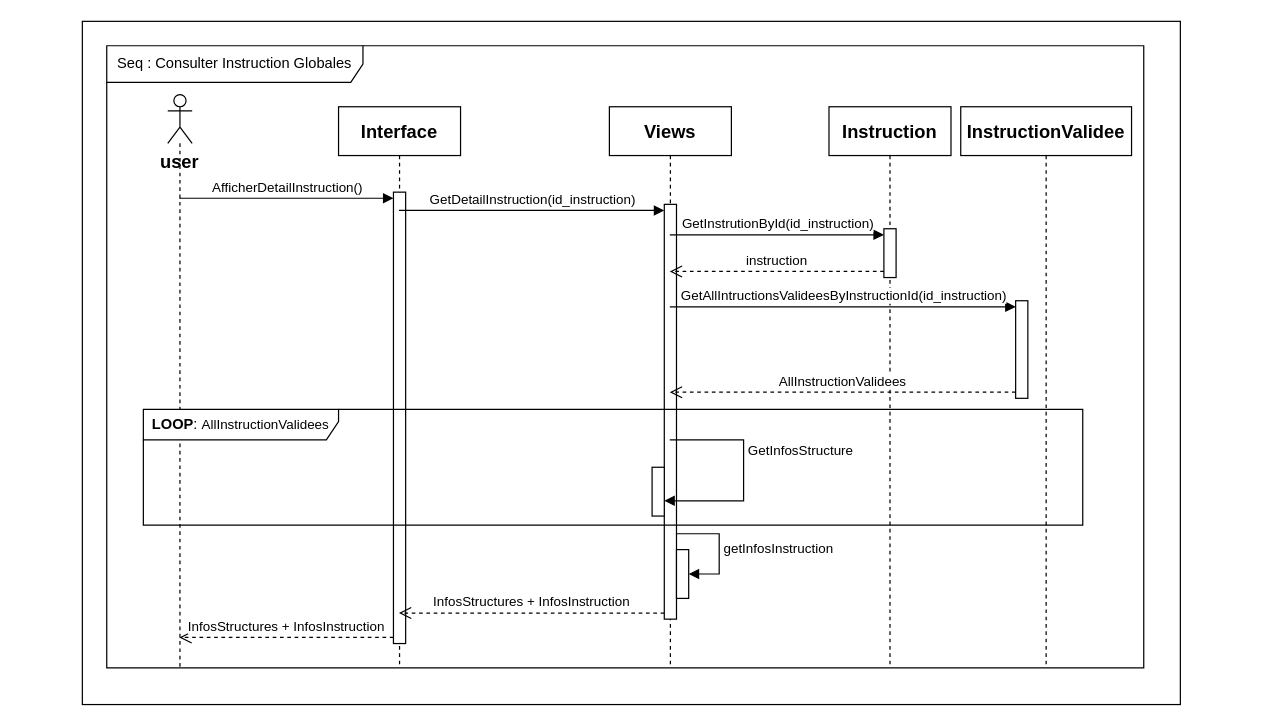
The draw.io diagram seq_consulter_iglob.drawio in CabrelFeukeng/pp, before the edit. Source tidied: cells renumbered, new cells numbered last; positions are measured from the earlier drawing's top-left corner, leaving out a move shared by most shapes. Both pictures are drawn from the tidied source at 122%, with x=0, y=0 at pixel (82, 21).
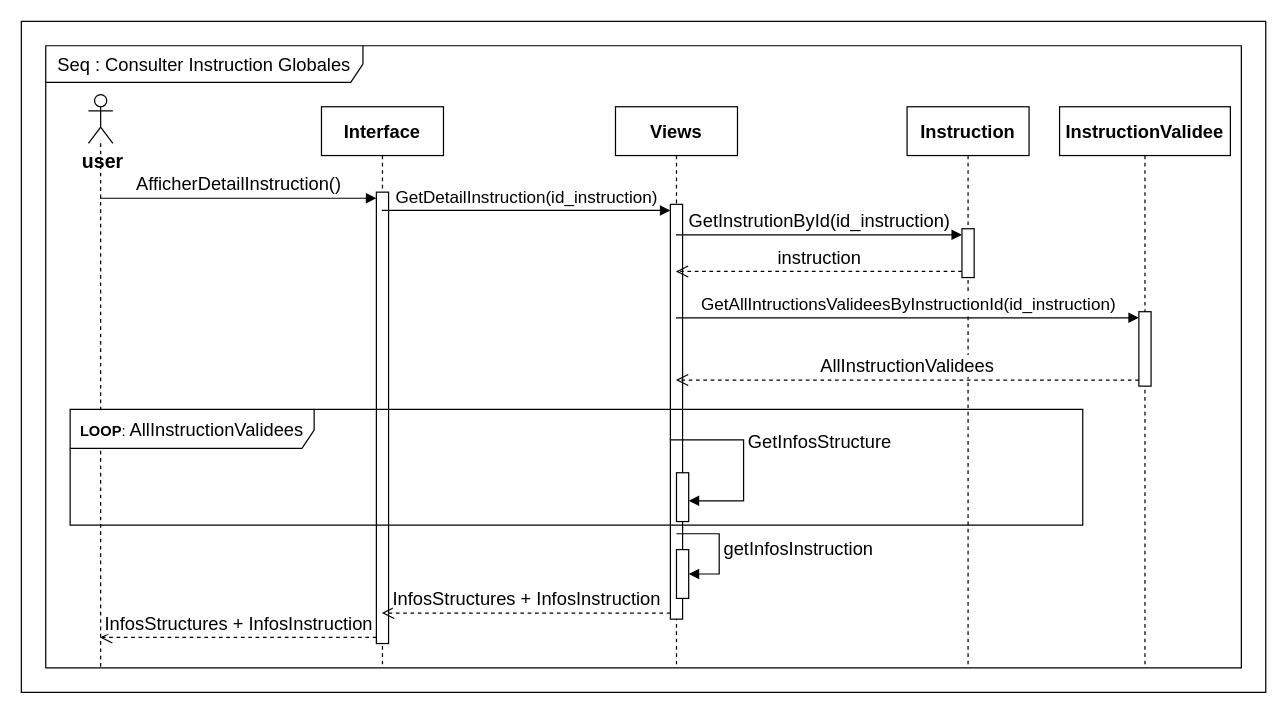
The same page after the edit.

Commit message:
Mettre à jour seq_consulter_iglob.drawio

Unchanged cells that the change refers to:
```xml
<mxCell id="5" style="html=1;points=[[0,0,0,0,5],[0,1,0,0,-5],[1,0,0,0,5],[1,1,0,0,-5]];perimeter=orthogonalPerimeter;outlineConnect=0;targetShapes=umlLifeline;portConstraint=eastwest;newEdgeStyle={&quot;curved&quot;:0,&quot;rounded&quot;:0};" parent="4" vertex="1">
  <mxGeometry x="45" y="70" width="10" height="370" as="geometry" />
</mxCell>
<mxCell id="7" style="html=1;points=[[0,0,0,0,5],[0,1,0,0,-5],[1,0,0,0,5],[1,1,0,0,-5]];perimeter=orthogonalPerimeter;outlineConnect=0;targetShapes=umlLifeline;portConstraint=eastwest;newEdgeStyle={&quot;curved&quot;:0,&quot;rounded&quot;:0};" parent="6" vertex="1">
  <mxGeometry x="45" y="80" width="10" height="340" as="geometry" />
</mxCell>
<mxCell id="9" style="html=1;points=[[0,0,0,0,5],[0,1,0,0,-5],[1,0,0,0,5],[1,1,0,0,-5]];perimeter=orthogonalPerimeter;outlineConnect=0;targetShapes=umlLifeline;portConstraint=eastwest;newEdgeStyle={&quot;curved&quot;:0,&quot;rounded&quot;:0};" parent="8" vertex="1">
  <mxGeometry x="45" y="100" width="10" height="40" as="geometry" />
</mxCell>
```

What changed in the source:
```diff
@@
     <mxCell id="2" style="rounded=0;whiteSpace=wrap;html=1;" parent="1" vertex="1">
-      <mxGeometry width="900" height="560" as="geometry" />
+      <mxGeometry x="-50" width="1020" height="550" as="geometry" />
     </mxCell>
     <mxCell id="3" style="shape=umlLifeline;perimeter=lifelinePerimeter;whiteSpace=wrap;html=1;outlineConnect=0;portConstraint=eastwest;newEdgeStyle={&quot;curved&quot;:0,&quot;rounded&quot;:0};participant=umlActor;" parent="1" vertex="1">
-      <mxGeometry x="70" y="60" width="20" height="470" as="geometry" />
+      <mxGeometry x="5" y="60" width="20" height="470" as="geometry" />
     </mxCell>
     <mxCell id="4" value="&lt;b&gt;&lt;font style=&quot;font-size: 15px;&quot;&gt;Interface&lt;/font&gt;&lt;/b&gt;" style="shape=umlLifeline;perimeter=lifelinePerimeter;whiteSpace=wrap;html=1;outlineConnect=0;portConstraint=eastwest;newEdgeStyle={&quot;curved&quot;:0,&quot;rounded&quot;:0};" parent="1" vertex="1">
-      <mxGeometry x="210" y="70" width="100" height="460" as="geometry" />
+      <mxGeometry x="196" y="70" width="100" height="460" as="geometry" />
     </mxCell>
@@
     <mxCell id="6" value="&lt;b&gt;&lt;font style=&quot;font-size: 15px;&quot;&gt;Views&lt;/font&gt;&lt;/b&gt;" style="shape=umlLifeline;perimeter=lifelinePerimeter;whiteSpace=wrap;html=1;outlineConnect=0;portConstraint=eastwest;newEdgeStyle={&quot;curved&quot;:0,&quot;rounded&quot;:0};" parent="1" vertex="1">
-      <mxGeometry x="432" y="70" width="100" height="460" as="geometry" />
+      <mxGeometry x="437" y="70" width="100" height="460" as="geometry" />
     </mxCell>
@@
     <mxCell id="8" value="&lt;b&gt;&lt;font style=&quot;font-size: 15px;&quot;&gt;Instruction&lt;/font&gt;&lt;/b&gt;" style="shape=umlLifeline;perimeter=lifelinePerimeter;whiteSpace=wrap;html=1;newEdgeStyle={&quot;curved&quot;:0,&quot;rounded&quot;:0};" parent="1" vertex="1">
-      <mxGeometry x="612" y="70" width="100" height="460" as="geometry" />
+      <mxGeometry x="676" y="70" width="100" height="460" as="geometry" />
     </mxCell>
@@
     <mxCell id="10" value="&lt;font style=&quot;font-size: 15px;&quot;&gt;&lt;b&gt;InstructionValidee&lt;/b&gt;&lt;/font&gt;" style="shape=umlLifeline;perimeter=lifelinePerimeter;whiteSpace=wrap;html=1;newEdgeStyle={&quot;curved&quot;:0,&quot;rounded&quot;:0};" parent="1" vertex="1">
-      <mxGeometry x="720" y="70" width="140" height="460" as="geometry" />
+      <mxGeometry x="801" y="70" width="140" height="460" as="geometry" />
     </mxCell>
     <mxCell id="11" style="html=1;points=[[0,0,0,0,5],[0,1,0,0,-5],[1,0,0,0,5],[1,1,0,0,-5]];perimeter=orthogonalPerimeter;outlineConnect=0;targetShapes=umlLifeline;portConstraint=eastwest;newEdgeStyle={&quot;curved&quot;:0,&quot;rounded&quot;:0};" parent="10" vertex="1">
-      <mxGeometry x="45" y="159" width="10" height="80" as="geometry" />
+      <mxGeometry x="65" y="168" width="10" height="61" as="geometry" />
     </mxCell>
-    <mxCell id="12" value="AfficherDetailInstruction()" style="html=1;verticalAlign=bottom;endArrow=block;curved=0;rounded=0;entryX=0;entryY=0;entryDx=0;entryDy=5;entryPerimeter=0;" parent="1" edge="1" source="3" target="5">
+    <mxCell id="12" value="&lt;font style=&quot;font-size: 15px;&quot;&gt;AfficherDetailInstruction()&lt;/font&gt;" style="html=1;verticalAlign=bottom;endArrow=block;curved=0;rounded=0;entryX=0;entryY=0;entryDx=0;entryDy=5;entryPerimeter=0;" parent="1" edge="1" source="3" target="5">
       <mxGeometry relative="1" as="geometry" />
     </mxCell>
-    <mxCell id="13" value="&lt;span style=&quot;text-align: left;&quot;&gt;InfosStructures +&amp;nbsp;&lt;/span&gt;&lt;span style=&quot;text-align: left;&quot;&gt;InfosInstruction&lt;/span&gt;" style="html=1;verticalAlign=bottom;endArrow=open;dashed=1;endSize=8;curved=0;rounded=0;exitX=0;exitY=1;exitDx=0;exitDy=-5;" parent="1" edge="1" source="5" target="3">
+    <mxCell id="13" value="&lt;font style=&quot;font-size: 15px;&quot;&gt;&lt;span style=&quot;text-align: left;&quot;&gt;InfosStructures +&amp;nbsp;&lt;/span&gt;&lt;span style=&quot;text-align: left;&quot;&gt;InfosInstruction&lt;/span&gt;&lt;/font&gt;" style="html=1;verticalAlign=bottom;endArrow=open;dashed=1;endSize=8;curved=0;rounded=0;exitX=0;exitY=1;exitDx=0;exitDy=-5;" parent="1" edge="1" source="5" target="3">
       <mxGeometry relative="1" as="geometry" />
     </mxCell>
-    <mxCell id="14" value="GetDetailInstruction(id_instruction)" style="html=1;verticalAlign=bottom;endArrow=block;curved=0;rounded=0;entryX=0;entryY=0;entryDx=0;entryDy=5;" parent="1" edge="1" source="4" target="7">
+    <mxCell id="14" value="&lt;font style=&quot;font-size: 14px;&quot;&gt;GetDetailInstruction(id_instruction)&lt;/font&gt;" style="html=1;verticalAlign=bottom;endArrow=block;curved=0;rounded=0;entryX=0;entryY=0;entryDx=0;entryDy=5;" parent="1" edge="1" source="4" target="7">
       <mxGeometry relative="1" as="geometry" />
     </mxCell>
-    <mxCell id="15" value="GetInstrutionById(id_instruction)" style="html=1;verticalAlign=bottom;endArrow=block;curved=0;rounded=0;entryX=0;entryY=0;entryDx=0;entryDy=5;" parent="1" edge="1" source="6" target="9">
+    <mxCell id="15" value="&lt;font style=&quot;font-size: 15px;&quot;&gt;GetInstrutionById(id_instruction)&lt;/font&gt;" style="html=1;verticalAlign=bottom;endArrow=block;curved=0;rounded=0;entryX=0;entryY=0;entryDx=0;entryDy=5;" parent="1" edge="1" source="6" target="9">
       <mxGeometry relative="1" as="geometry" />
     </mxCell>
-    <mxCell id="16" value="instruction" style="html=1;verticalAlign=bottom;endArrow=open;dashed=1;endSize=8;curved=0;rounded=0;exitX=0;exitY=1;exitDx=0;exitDy=-5;" parent="1" edge="1" source="9" target="6">
+    <mxCell id="16" value="&lt;font style=&quot;font-size: 15px;&quot;&gt;instruction&lt;/font&gt;" style="html=1;verticalAlign=bottom;endArrow=open;dashed=1;endSize=8;curved=0;rounded=0;exitX=0;exitY=1;exitDx=0;exitDy=-5;" parent="1" edge="1" source="9" target="6">
       <mxGeometry relative="1" as="geometry" />
     </mxCell>
-    <mxCell id="17" value="GetAllIntructionsValideesByInstructionId(id_instruction)" style="html=1;verticalAlign=bottom;endArrow=block;curved=0;rounded=0;entryX=0;entryY=0;entryDx=0;entryDy=5;" parent="1" edge="1" source="6" target="11">
+    <mxCell id="17" value="&lt;font style=&quot;font-size: 14px;&quot;&gt;GetAllIntructionsValideesByInstructionId(id_instruction)&lt;/font&gt;" style="html=1;verticalAlign=bottom;endArrow=block;curved=0;rounded=0;entryX=0;entryY=0;entryDx=0;entryDy=5;" parent="1" edge="1" source="6" target="11">
       <mxGeometry relative="1" as="geometry" />
     </mxCell>
-    <mxCell id="18" value="AllInstructionValidees" style="html=1;verticalAlign=bottom;endArrow=open;dashed=1;endSize=8;curved=0;rounded=0;exitX=0;exitY=1;exitDx=0;exitDy=-5;" parent="1" edge="1" source="11" target="6">
+    <mxCell id="18" value="&lt;font style=&quot;font-size: 15px;&quot;&gt;AllInstructionValidees&lt;/font&gt;" style="html=1;verticalAlign=bottom;endArrow=open;dashed=1;endSize=8;curved=0;rounded=0;exitX=0;exitY=1;exitDx=0;exitDy=-5;" parent="1" edge="1" source="11" target="6">
       <mxGeometry relative="1" as="geometry" />
     </mxCell>
-    <mxCell id="19" value="&lt;b&gt;LOOP&lt;/b&gt;:&amp;nbsp;&lt;span style=&quot;font-size: 11px; text-wrap-mode: nowrap; background-color: rgb(255, 255, 255);&quot;&gt;AllInstructionValidees&lt;/span&gt;" style="shape=umlFrame;whiteSpace=wrap;html=1;width=160;height=25;" parent="1" vertex="1">
-      <mxGeometry x="50" y="318" width="770" height="95" as="geometry" />
+    <mxCell id="19" value="&lt;b&gt;LOOP&lt;/b&gt;:&amp;nbsp;&lt;span style=&quot;text-wrap-mode: nowrap; background-color: rgb(255, 255, 255);&quot;&gt;&lt;font style=&quot;font-size: 15px;&quot;&gt;AllInstructionValidees&lt;/font&gt;&lt;/span&gt;" style="shape=umlFrame;whiteSpace=wrap;html=1;width=200;height=32;" parent="1" vertex="1">
+      <mxGeometry x="-10" y="318" width="830" height="95" as="geometry" />
     </mxCell>
     <mxCell id="20" style="html=1;points=[[0,0,0,0,5],[0,1,0,0,-5],[1,0,0,0,5],[1,1,0,0,-5]];perimeter=orthogonalPerimeter;outlineConnect=0;targetShapes=umlLifeline;portConstraint=eastwest;newEdgeStyle={&quot;curved&quot;:0,&quot;rounded&quot;:0};" parent="19" vertex="1">
-      <mxGeometry x="417" y="47.5" width="10" height="40" as="geometry" />
+      <mxGeometry x="497" y="52" width="10" height="40" as="geometry" />
     </mxCell>
-    <mxCell id="21" value="GetInfosStructure" style="html=1;align=left;spacingLeft=2;endArrow=block;rounded=0;edgeStyle=orthogonalEdgeStyle;curved=0;rounded=0;" parent="1" edge="1" target="20">
+    <mxCell id="21" value="&lt;font style=&quot;font-size: 15px;&quot;&gt;GetInfosStructure&lt;/font&gt;" style="html=1;align=left;spacingLeft=2;endArrow=block;rounded=0;edgeStyle=orthogonalEdgeStyle;curved=0;rounded=0;" parent="1" edge="1" target="20">
       <mxGeometry x="-0.23" relative="1" as="geometry">
         <mxPoint x="481.5" y="343" as="sourcePoint" />
         <Array as="points">
           <mxPoint x="542" y="343" />
           <mxPoint x="542" y="393" />
         </Array>
         <mxPoint y="1" as="offset" />
       </mxGeometry>
     </mxCell>
-    <mxCell id="22" value="&lt;span style=&quot;text-align: left;&quot;&gt;InfosStructures +&amp;nbsp;&lt;/span&gt;&lt;span style=&quot;text-align: left;&quot;&gt;InfosInstruction&lt;/span&gt;" style="html=1;verticalAlign=bottom;endArrow=open;dashed=1;endSize=8;curved=0;rounded=0;exitX=0;exitY=1;exitDx=0;exitDy=-5;exitPerimeter=0;" parent="1" edge="1" source="7" target="4">
+    <mxCell id="22" value="&lt;font style=&quot;font-size: 15px;&quot;&gt;&lt;span style=&quot;text-align: left;&quot;&gt;InfosStructures +&amp;nbsp;&lt;/span&gt;&lt;span style=&quot;text-align: left;&quot;&gt;InfosInstruction&lt;/span&gt;&lt;/font&gt;" style="html=1;verticalAlign=bottom;endArrow=open;dashed=1;endSize=8;curved=0;rounded=0;exitX=0;exitY=1;exitDx=0;exitDy=-5;exitPerimeter=0;" parent="1" edge="1" source="7" target="4">
       <mxGeometry relative="1" as="geometry" />
     </mxCell>
@@
-    <mxCell id="24" value="getInfosInstruction" style="html=1;align=left;spacingLeft=2;endArrow=block;rounded=0;edgeStyle=orthogonalEdgeStyle;curved=0;rounded=0;" parent="1" edge="1">
+    <mxCell id="24" value="&lt;font style=&quot;font-size: 15px;&quot;&gt;getInfosInstruction&lt;/font&gt;" style="html=1;align=left;spacingLeft=2;endArrow=block;rounded=0;edgeStyle=orthogonalEdgeStyle;curved=0;rounded=0;" parent="1" edge="1">
       <mxGeometry relative="1" as="geometry">
         <mxPoint x="487" y="420" as="sourcePoint" />
         <mxPoint x="497" y="453" as="targetPoint" />
         <Array as="points">
           <mxPoint x="522" y="420" />
           <mxPoint x="522" y="453" />
         </Array>
       </mxGeometry>
     </mxCell>
-    <mxCell id="25" value="Seq : Consulter Instruction Globales" style="shape=umlFrame;whiteSpace=wrap;html=1;width=210;height=30;" parent="1" vertex="1">
-      <mxGeometry x="20" y="20" width="850" height="510" as="geometry" />
+    <mxCell id="25" value="&lt;font style=&quot;font-size: 15px;&quot;&gt;Seq : Consulter Instruction Globales&lt;/font&gt;" style="shape=umlFrame;whiteSpace=wrap;html=1;width=260;height=30;" parent="1" vertex="1">
+      <mxGeometry x="-30" y="20" width="980" height="510" as="geometry" />
     </mxCell>
-    <mxCell id="26" value="&lt;b&gt;&lt;font style=&quot;font-size: 15px;&quot;&gt;user&lt;/font&gt;&lt;/b&gt;" style="text;html=1;align=center;verticalAlign=middle;whiteSpace=wrap;rounded=0;" parent="1" vertex="1">
-      <mxGeometry x="50" y="100" width="60" height="30" as="geometry" />
+    <mxCell id="26" value="&lt;b&gt;&lt;font style=&quot;font-size: 16px;&quot;&gt;user&lt;/font&gt;&lt;/b&gt;" style="text;html=1;align=center;verticalAlign=middle;whiteSpace=wrap;rounded=0;" parent="1" vertex="1">
+      <mxGeometry x="-13" y="100" width="60" height="30" as="geometry" />
     </mxCell>
```
